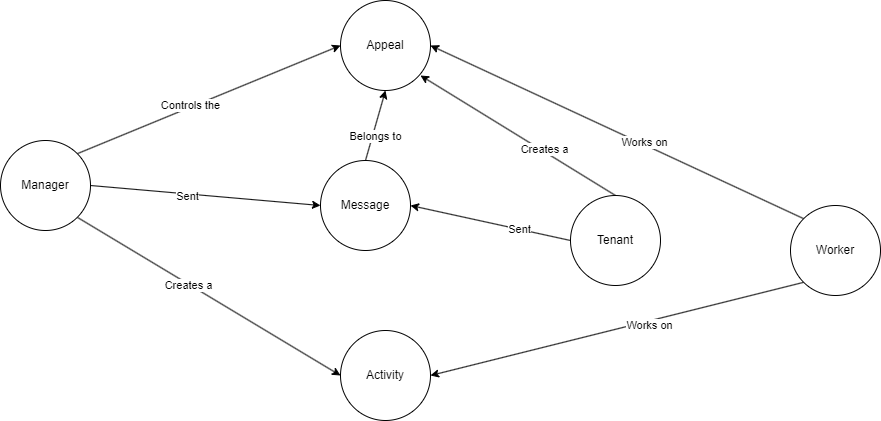
Before: img/zkh.png, a diagram exported from draw.io (moevm/nosql2h23-zkh). Source tidied: cells renumbered, new cells last; positions are measured from the earlier drawing's top-left corner, leaving out a move shared by most shapes. Source of this version:
```xml
<mxGraphModel background="#ffffff">
  <root>
    <mxCell id="0" />
    <mxCell id="1" parent="0" />
    <mxCell id="2" style="edgeStyle=none;html=1;exitX=1;exitY=0;exitDx=0;exitDy=0;entryX=0;entryY=0.5;entryDx=0;entryDy=0;rounded=0;" parent="1" edge="1" source="8" target="9">
      <mxGeometry relative="1" as="geometry" />
    </mxCell>
    <mxCell id="3" value="Controls the" style="edgeLabel;html=1;align=center;verticalAlign=middle;rounded=0;" parent="2" vertex="1">
      <mxGeometry x="-0.14" y="2" relative="1" as="geometry" />
    </mxCell>
    <mxCell id="4" style="edgeStyle=none;html=1;exitX=1;exitY=1;exitDx=0;exitDy=0;entryX=0;entryY=0.5;entryDx=0;entryDy=0;rounded=0;" parent="1" edge="1" source="8" target="15">
      <mxGeometry relative="1" as="geometry" />
    </mxCell>
    <mxCell id="5" value="Creates a" style="edgeLabel;html=1;align=center;verticalAlign=middle;rounded=0;" parent="4" vertex="1">
      <mxGeometry x="-0.15" y="-1" relative="1" as="geometry" />
    </mxCell>
    <mxCell id="6" style="edgeStyle=none;html=1;exitX=1;exitY=0.5;exitDx=0;exitDy=0;entryX=0;entryY=0.5;entryDx=0;entryDy=0;" parent="1" edge="1" source="8" target="23">
      <mxGeometry relative="1" as="geometry" />
    </mxCell>
    <mxCell id="7" value="Sent" style="edgeLabel;html=1;align=center;verticalAlign=middle;" parent="6" vertex="1">
      <mxGeometry x="-0.16" y="-2" relative="1" as="geometry" />
    </mxCell>
    <mxCell id="8" value="Manager" style="ellipse;whiteSpace=wrap;html=1;rounded=0;" parent="1" vertex="1">
      <mxGeometry y="140" width="90" height="90" as="geometry" />
    </mxCell>
    <mxCell id="9" value="Appeal" style="ellipse;whiteSpace=wrap;html=1;rounded=0;" parent="1" vertex="1">
      <mxGeometry x="340" width="90" height="90" as="geometry" />
    </mxCell>
    <mxCell id="10" style="edgeStyle=none;html=1;exitX=0;exitY=1;exitDx=0;exitDy=0;entryX=1;entryY=0.5;entryDx=0;entryDy=0;rounded=0;" parent="1" edge="1" source="14" target="15">
      <mxGeometry relative="1" as="geometry" />
    </mxCell>
    <mxCell id="11" value="Works on" style="edgeLabel;html=1;align=center;verticalAlign=middle;rounded=0;" parent="10" vertex="1">
      <mxGeometry x="-0.17" y="3" relative="1" as="geometry">
        <mxPoint y="1" as="offset" />
      </mxGeometry>
    </mxCell>
    <mxCell id="12" style="edgeStyle=none;html=1;exitX=0;exitY=0;exitDx=0;exitDy=0;entryX=1;entryY=0.5;entryDx=0;entryDy=0;rounded=0;" parent="1" edge="1" source="14" target="9">
      <mxGeometry relative="1" as="geometry" />
    </mxCell>
    <mxCell id="13" value="Works on" style="edgeLabel;html=1;align=center;verticalAlign=middle;rounded=0;" parent="12" vertex="1">
      <mxGeometry x="-0.22" y="1" relative="1" as="geometry">
        <mxPoint x="-13" y="-10" as="offset" />
      </mxGeometry>
    </mxCell>
    <mxCell id="14" value="Worker" style="ellipse;whiteSpace=wrap;html=1;rounded=0;" parent="1" vertex="1">
      <mxGeometry x="790" y="205" width="90" height="90" as="geometry" />
    </mxCell>
    <mxCell id="15" value="Activity" style="ellipse;whiteSpace=wrap;html=1;rounded=0;" parent="1" vertex="1">
      <mxGeometry x="340" y="330" width="90" height="90" as="geometry" />
    </mxCell>
    <mxCell id="16" style="edgeStyle=none;html=1;exitX=0.5;exitY=0;exitDx=0;exitDy=0;rounded=0;" parent="1" edge="1" source="20">
      <mxGeometry relative="1" as="geometry">
        <mxPoint x="420" y="75" as="targetPoint" />
      </mxGeometry>
    </mxCell>
    <mxCell id="17" value="Creates a" style="edgeLabel;html=1;align=center;verticalAlign=middle;rounded=0;" parent="16" vertex="1">
      <mxGeometry x="-0.26" y="-2" relative="1" as="geometry" />
    </mxCell>
    <mxCell id="18" style="edgeStyle=none;html=1;exitX=0;exitY=0.5;exitDx=0;exitDy=0;entryX=1;entryY=0.5;entryDx=0;entryDy=0;" parent="1" edge="1" source="20" target="23">
      <mxGeometry relative="1" as="geometry" />
    </mxCell>
    <mxCell id="19" value="Sent" style="edgeLabel;html=1;align=center;verticalAlign=middle;" parent="18" vertex="1">
      <mxGeometry x="-0.36" relative="1" as="geometry" />
    </mxCell>
    <mxCell id="20" value="Tenant" style="ellipse;whiteSpace=wrap;html=1;rounded=0;" parent="1" vertex="1">
      <mxGeometry x="570" y="195" width="90" height="90" as="geometry" />
    </mxCell>
    <mxCell id="21" style="edgeStyle=none;html=1;exitX=0.5;exitY=0;exitDx=0;exitDy=0;entryX=0.5;entryY=1;entryDx=0;entryDy=0;" parent="1" edge="1" source="23" target="9">
      <mxGeometry relative="1" as="geometry" />
    </mxCell>
    <mxCell id="22" value="Belongs to" style="edgeLabel;html=1;align=center;verticalAlign=middle;" parent="21" vertex="1">
      <mxGeometry x="-0.28" y="-2" relative="1" as="geometry" />
    </mxCell>
    <mxCell id="23" value="Message" style="ellipse;whiteSpace=wrap;html=1;rounded=0;" parent="1" vertex="1">
      <mxGeometry x="320" y="160" width="90" height="90" as="geometry" />
    </mxCell>
  </root>
</mxGraphModel>
```
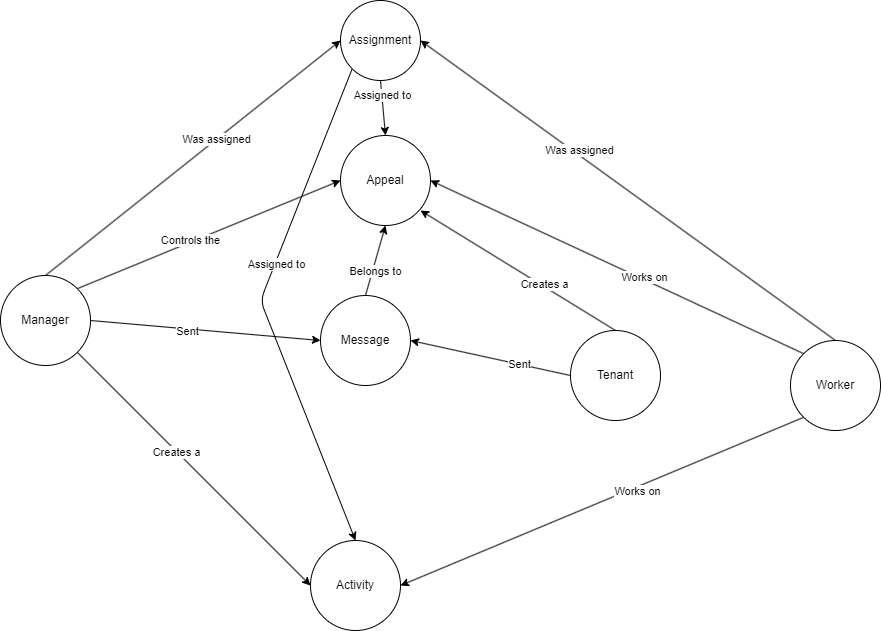
After the change.

The edit, as a diff of the source:
```diff
@@ -20,6 +20,14 @@
     <mxCell id="7" value="Sent" style="edgeLabel;html=1;align=center;verticalAlign=middle;" parent="6" vertex="1">
       <mxGeometry x="-0.16" y="-2" relative="1" as="geometry" />
     </mxCell>
+    <mxCell id="24" style="edgeStyle=none;html=1;exitX=0.5;exitY=0;exitDx=0;exitDy=0;entryX=0;entryY=0.5;entryDx=0;entryDy=0;" parent="1" edge="1" source="8" target="32">
+      <mxGeometry relative="1" as="geometry" />
+    </mxCell>
+    <mxCell id="25" value="Was assigned" style="edgeLabel;html=1;align=center;verticalAlign=middle;" parent="24" vertex="1">
+      <mxGeometry x="0.16" y="1" relative="1" as="geometry">
+        <mxPoint y="1" as="offset" />
+      </mxGeometry>
+    </mxCell>
     <mxCell id="8" value="Manager" style="ellipse;whiteSpace=wrap;html=1;rounded=0;" parent="1" vertex="1">
       <mxGeometry y="140" width="90" height="90" as="geometry" />
     </mxCell>
@@ -42,11 +50,19 @@
         <mxPoint x="-13" y="-10" as="offset" />
       </mxGeometry>
     </mxCell>
+    <mxCell id="26" style="edgeStyle=none;html=1;exitX=0.5;exitY=0;exitDx=0;exitDy=0;entryX=1;entryY=0.5;entryDx=0;entryDy=0;" parent="1" edge="1" source="14" target="32">
+      <mxGeometry relative="1" as="geometry" />
+    </mxCell>
+    <mxCell id="27" value="Was assigned" style="edgeLabel;html=1;align=center;verticalAlign=middle;" parent="26" vertex="1">
+      <mxGeometry x="0.25" y="-3" relative="1" as="geometry">
+        <mxPoint y="-1" as="offset" />
+      </mxGeometry>
+    </mxCell>
     <mxCell id="14" value="Worker" style="ellipse;whiteSpace=wrap;html=1;rounded=0;" parent="1" vertex="1">
       <mxGeometry x="790" y="205" width="90" height="90" as="geometry" />
     </mxCell>
     <mxCell id="15" value="Activity" style="ellipse;whiteSpace=wrap;html=1;rounded=0;" parent="1" vertex="1">
-      <mxGeometry x="340" y="330" width="90" height="90" as="geometry" />
+      <mxGeometry x="310" y="405" width="90" height="90" as="geometry" />
     </mxCell>
     <mxCell id="16" style="edgeStyle=none;html=1;exitX=0.5;exitY=0;exitDx=0;exitDy=0;rounded=0;" parent="1" edge="1" source="20">
       <mxGeometry relative="1" as="geometry">
@@ -74,5 +90,26 @@
     <mxCell id="23" value="Message" style="ellipse;whiteSpace=wrap;html=1;rounded=0;" parent="1" vertex="1">
       <mxGeometry x="320" y="160" width="90" height="90" as="geometry" />
     </mxCell>
+    <mxCell id="28" style="edgeStyle=none;html=1;exitX=0.5;exitY=1;exitDx=0;exitDy=0;entryX=0.5;entryY=0;entryDx=0;entryDy=0;" parent="1" edge="1" source="32" target="9">
+      <mxGeometry relative="1" as="geometry" />
+    </mxCell>
+    <mxCell id="29" value="Assigned to" style="edgeLabel;html=1;align=center;verticalAlign=middle;" parent="28" vertex="1">
+      <mxGeometry x="-0.44" relative="1" as="geometry" />
+    </mxCell>
+    <mxCell id="30" style="edgeStyle=none;html=1;exitX=0;exitY=1;exitDx=0;exitDy=0;entryX=0.5;entryY=0;entryDx=0;entryDy=0;" parent="1" edge="1" source="32" target="15">
+      <mxGeometry relative="1" as="geometry">
+        <Array as="points">
+          <mxPoint x="260" y="165" />
+        </Array>
+      </mxGeometry>
+    </mxCell>
+    <mxCell id="31" value="Assigned to" style="edgeLabel;html=1;align=center;verticalAlign=middle;" parent="30" vertex="1">
+      <mxGeometry x="-0.18" y="1" relative="1" as="geometry">
+        <mxPoint y="1" as="offset" />
+      </mxGeometry>
+    </mxCell>
+    <mxCell id="32" value="Assignment" style="ellipse;whiteSpace=wrap;html=1;" parent="1" vertex="1">
+      <mxGeometry x="340" y="-135" width="80" height="80" as="geometry" />
+    </mxCell>
   </root>
 </mxGraphModel>
```
